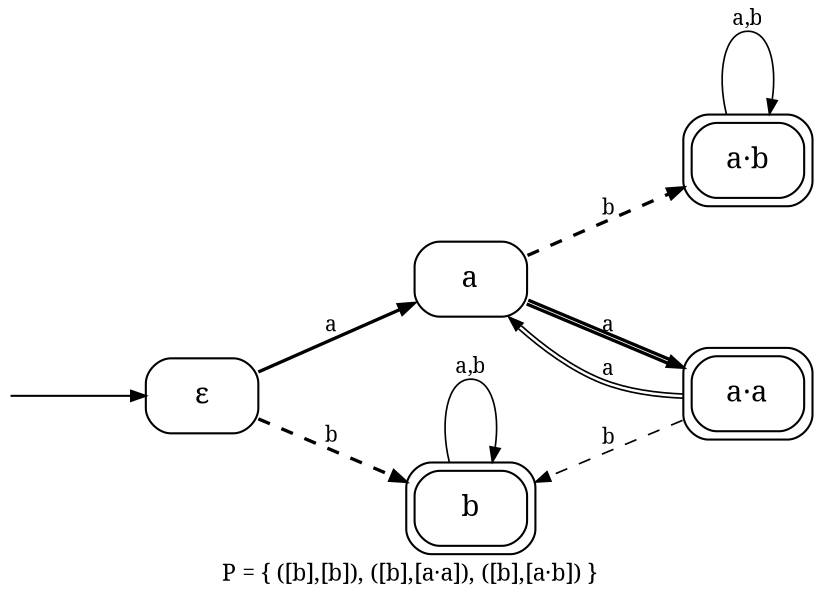
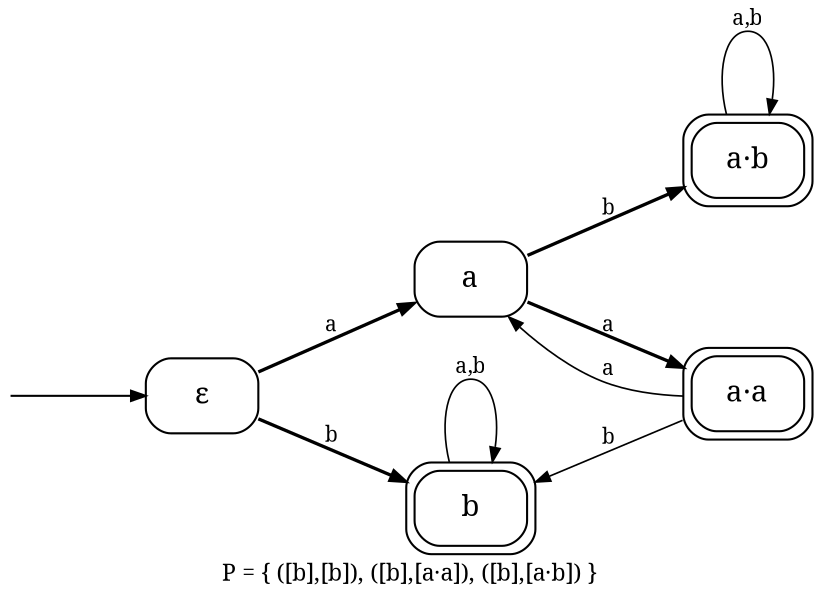
// sos2cayley even.sos --rename a=a,!a=b
digraph core_F2_even {
  rankdir=LR;
  ranksep=0.87; nodesep=0.55;
  node [shape=box, style=rounded, fontname="serif", margin="0.06,0.03"];
  edge [fontname="serif", fontsize=10, arrowsize=0.7];
  label="P = { ([b],[b]), ([b],[a·a]), ([b],[a·b]) }"; labelloc="b"; labeljust="c";
  fontname="serif"; fontsize=11;

  eps [label="ε"];
  a [label="a"];
  b [label="b", peripheries=2];
  aa [label="a·a", peripheries=2];
  ab [label="a·b", peripheries=2];
  _init [shape=none, label="", width=0.02, height=0.02];
  _init -> eps;

  { rank=same; eps; }
  { rank=same; a b; }
  { rank=same; aa ab; }

-   eps -> a [label="a", style=solid, penwidth=1.6];
-   eps -> b [label="b", style=dashed, penwidth=1.6];
-   a -> aa [label="a", style=solid, penwidth=1.6, color="black:black"];
-   a -> ab [label="b", style=dashed, penwidth=1.6];
-   b -> b [label="a,b", style=solid, penwidth=0.8];
-   aa -> a [label="a", style=solid, penwidth=0.8, color="black:black"];
-   aa -> b [label="b", style=dashed, penwidth=0.8];
-   ab -> ab [label="a,b", style=solid, penwidth=0.8];
+   eps -> a [label="a", penwidth=1.6];
+   eps -> b [label="b", penwidth=1.6];
+   a -> aa [label="a", penwidth=1.6];
+   a -> ab [label="b", penwidth=1.6];
+   b -> b [label="a,b", penwidth=0.8];
+   aa -> a [label="a", penwidth=0.8];
+   aa -> b [label="b", penwidth=0.8];
+   ab -> ab [label="a,b", penwidth=0.8];
}
